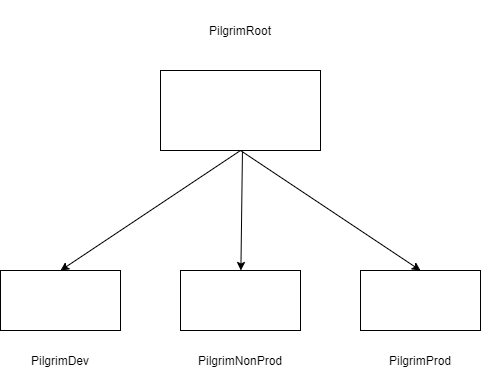
Earlier version of the draw.io export Pilgrim AWS Accounts.png (angushirose/aws_academy). Source tidied: cells renumbered, new cells last; positions are measured from the earlier drawing's top-left corner, leaving out a move shared by most shapes.
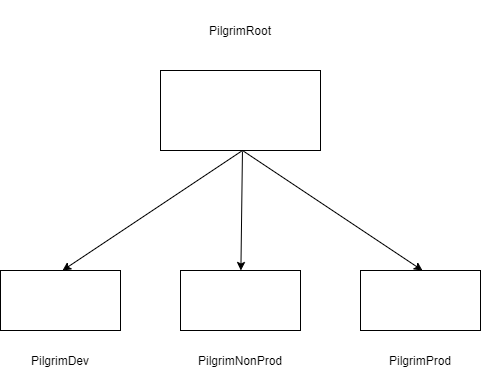
Above is the later version.

The edit, as a diff of the source:
```diff
@@ -35,9 +35,10 @@
     <mxCell id="12" value="PilgrimNonProd" style="text;html=1;strokeColor=none;fillColor=none;align=center;verticalAlign=middle;whiteSpace=wrap;rounded=0;" parent="10" vertex="1">
       <mxGeometry x="40" y="80" width="40" height="20" as="geometry" />
     </mxCell>
-    <mxCell id="13" style="endArrow=classic;html=1;entryX=0.5;entryY=0;entryDx=0;entryDy=0;" parent="1" edge="1" target="5">
+    <mxCell id="13" style="endArrow=classic;html=1;entryX=0.5;entryY=0;entryDx=0;entryDy=0;" parent="1" edge="1">
       <mxGeometry relative="1" as="geometry">
-        <mxPoint x="240" y="150" as="sourcePoint" />
+        <mxPoint x="242" y="150" as="sourcePoint" />
+        <mxPoint x="62" y="270" as="targetPoint" />
       </mxGeometry>
     </mxCell>
     <mxCell id="14" style="endArrow=classic;html=1;exitX=0.433;exitY=0.017;exitDx=0;exitDy=0;exitPerimeter=0;" parent="1" edge="1" target="11">
@@ -45,9 +46,10 @@
         <mxPoint x="242" y="151" as="sourcePoint" />
       </mxGeometry>
     </mxCell>
-    <mxCell id="15" style="endArrow=classic;html=1;entryX=0.5;entryY=0;entryDx=0;entryDy=0;" parent="1" edge="1" target="8">
+    <mxCell id="15" style="endArrow=classic;html=1;entryX=0.5;entryY=0;entryDx=0;entryDy=0;" parent="1" edge="1">
       <mxGeometry relative="1" as="geometry">
-        <mxPoint x="240" y="150" as="sourcePoint" />
+        <mxPoint x="242" y="150" as="sourcePoint" />
+        <mxPoint x="422" y="270" as="targetPoint" />
       </mxGeometry>
     </mxCell>
     <mxCell id="16" value="PilgrimRoot" style="text;html=1;strokeColor=none;fillColor=none;align=center;verticalAlign=middle;whiteSpace=wrap;rounded=0;" parent="1" vertex="1">
```
